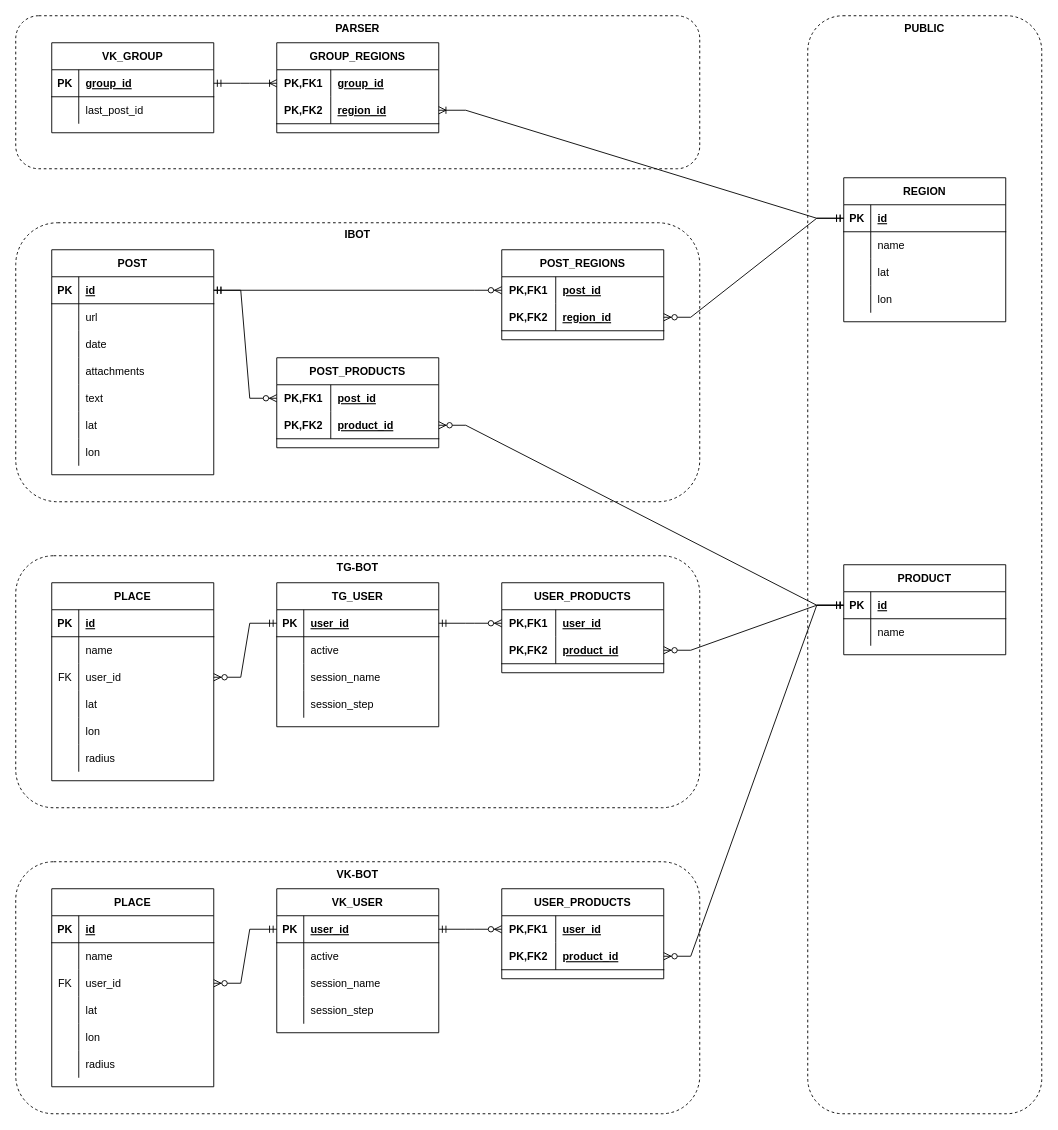
The draw.io diagram page "DB schema" (2 of 6) of food-sharing.drawio in SamGTU-teams/foodsharing, before the edit. Source tidied: cells renumbered, new cells numbered last; positions are measured from the earlier drawing's top-left corner, leaving out a move shared by most shapes. Both pictures are drawn from the tidied source at 90%, with x=0, y=0 at pixel (15, 15).
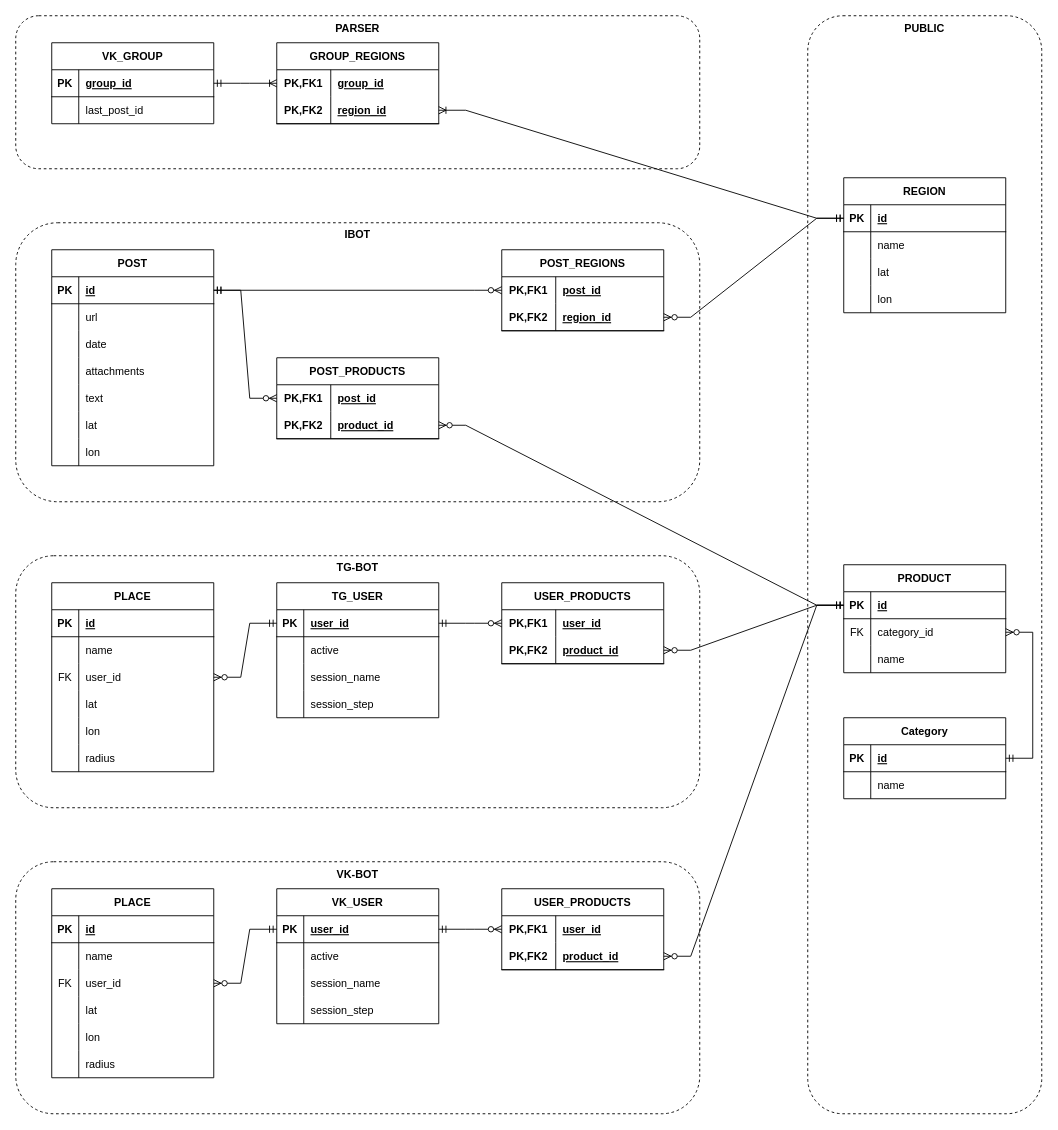
Above is the later version.

Change to the diagram source:
```diff
@@
     <mxCell id="6" value="VK_GROUP" style="shape=table;startSize=30;childLayout=tableLayout;rowLines=0;fontStyle=1;align=center;" parent="1" vertex="1">
-      <mxGeometry x="40" y="30" width="180" height="100" as="geometry" />
+      <mxGeometry x="40" y="30" width="180" height="90" as="geometry" />
     </mxCell>
@@
     <mxCell id="13" value="REGION" style="shape=table;startSize=30;childLayout=tableLayout;rowLines=0;fontStyle=1;align=center;" parent="1" vertex="1">
-      <mxGeometry x="920" y="180" width="180" height="160" as="geometry" />
+      <mxGeometry x="920" y="180" width="180" height="150" as="geometry" />
     </mxCell>
@@
     <mxCell id="26" value="GROUP_REGIONS" style="shape=table;startSize=30;childLayout=tableLayout;rowLines=0;fontStyle=1;align=center;" parent="1" vertex="1">
-      <mxGeometry x="290" y="30" width="180" height="100" as="geometry" />
+      <mxGeometry x="290" y="30" width="180" height="90" as="geometry" />
     </mxCell>
@@
     <mxCell id="35" value="PRODUCT" style="shape=table;startSize=30;childLayout=tableLayout;rowLines=0;fontStyle=1;align=center;fillColor=none;" parent="1" vertex="1">
-      <mxGeometry x="920" y="610" width="180" height="100" as="geometry" />
+      <mxGeometry x="920" y="610" width="180" height="120" as="geometry" />
     </mxCell>
@@
+    <mxCell id="167" style="shape=partialRectangle;fillColor=none;top=0;left=0;bottom=0;right=0;points=[[0,0.5],[1,0.5]];portConstraint=eastwest;" parent="35" vertex="1">
+      <mxGeometry y="60" width="180" height="30" as="geometry" />
+    </mxCell>
+    <mxCell id="168" value="FK" style="shape=partialRectangle;fillColor=none;top=0;left=0;bottom=0;right=0;fontStyle=0;overflow=hidden;" parent="167" vertex="1">
+      <mxGeometry width="30" height="30" as="geometry" />
+    </mxCell>
+    <mxCell id="169" value="category_id" style="shape=partialRectangle;fillColor=none;top=0;left=0;bottom=0;right=0;align=left;spacingLeft=6;fontStyle=0;overflow=hidden;" parent="167" vertex="1">
+      <mxGeometry x="30" width="150" height="30" as="geometry" />
+    </mxCell>
     <mxCell id="39" style="shape=tableRow;horizontal=0;startSize=0;swimlaneHead=0;swimlaneBody=0;fillColor=none;top=0;left=0;right=0;bottom=0;" parent="35" vertex="1">
-      <mxGeometry y="60" width="180" height="30" as="geometry" />
+      <mxGeometry y="90" width="180" height="30" as="geometry" />
     </mxCell>
@@
     <mxCell id="42" value="POST" style="shape=table;startSize=30;childLayout=tableLayout;rowLines=0;fontStyle=1;align=center;" parent="1" vertex="1">
-      <mxGeometry x="40" y="260" width="180" height="250" as="geometry" />
+      <mxGeometry x="40" y="260" width="180" height="240" as="geometry" />
     </mxCell>
@@
     <mxCell id="64" value="TG_USER" style="shape=table;startSize=30;childLayout=tableLayout;rowLines=0;fontStyle=1;align=center;fillColor=none;" parent="1" vertex="1">
-      <mxGeometry x="290" y="630" width="180" height="160" as="geometry" />
+      <mxGeometry x="290" y="630" width="180" height="150" as="geometry" />
     </mxCell>
@@
     <mxCell id="77" value="USER_PRODUCTS" style="shape=table;startSize=30;childLayout=tableLayout;rowLines=0;fontStyle=1;align=center;fillColor=none;" parent="1" vertex="1">
-      <mxGeometry x="540" y="630" width="180" height="100" as="geometry" />
+      <mxGeometry x="540" y="630" width="180" height="90" as="geometry" />
     </mxCell>
@@
     <mxCell id="84" value="PLACE" style="shape=table;startSize=30;childLayout=tableLayout;rowLines=0;fontStyle=1;align=center;fillColor=none;" parent="1" vertex="1">
-      <mxGeometry x="40" y="630" width="180" height="220" as="geometry" />
+      <mxGeometry x="40" y="630" width="180" height="210" as="geometry" />
     </mxCell>
@@
     <mxCell id="106" value="POST_REGIONS" style="shape=table;startSize=30;childLayout=tableLayout;rowLines=0;fontStyle=1;align=center;fillColor=none;" parent="1" vertex="1">
-      <mxGeometry x="540" y="260" width="180" height="100" as="geometry" />
+      <mxGeometry x="540" y="260" width="180" height="90" as="geometry" />
     </mxCell>
@@
     <mxCell id="115" value="POST_PRODUCTS" style="shape=table;startSize=30;childLayout=tableLayout;rowLines=0;fontStyle=1;align=center;fillColor=none;" parent="1" vertex="1">
-      <mxGeometry x="290" y="380" width="180" height="100" as="geometry" />
+      <mxGeometry x="290" y="380" width="180" height="90" as="geometry" />
     </mxCell>
@@
     <mxCell id="125" value="VK_USER" style="shape=table;startSize=30;childLayout=tableLayout;rowLines=0;fontStyle=1;align=center;fillColor=none;" parent="1" vertex="1">
-      <mxGeometry x="290" y="970" width="180" height="160" as="geometry" />
+      <mxGeometry x="290" y="970" width="180" height="150" as="geometry" />
     </mxCell>
@@
     <mxCell id="138" value="USER_PRODUCTS" style="shape=table;startSize=30;childLayout=tableLayout;rowLines=0;fontStyle=1;align=center;fillColor=none;" parent="1" vertex="1">
-      <mxGeometry x="540" y="970" width="180" height="100" as="geometry" />
+      <mxGeometry x="540" y="970" width="180" height="90" as="geometry" />
     </mxCell>
@@
     <mxCell id="145" value="PLACE" style="shape=table;startSize=30;childLayout=tableLayout;rowLines=0;fontStyle=1;align=center;fillColor=none;" parent="1" vertex="1">
-      <mxGeometry x="40" y="970" width="180" height="220" as="geometry" />
+      <mxGeometry x="40" y="970" width="180" height="210" as="geometry" />
     </mxCell>
@@
+    <mxCell id="170" value="Category" style="shape=table;startSize=30;childLayout=tableLayout;rowLines=0;fontStyle=1;align=center;" parent="1" vertex="1">
+      <mxGeometry x="920" y="780" width="180" height="90" as="geometry" />
+    </mxCell>
+    <mxCell id="171" style="shape=partialRectangle;fillColor=none;top=0;left=0;bottom=1;right=0;points=[[0,0.5],[1,0.5]];portConstraint=eastwest;" parent="170" vertex="1">
+      <mxGeometry y="30" width="180" height="30" as="geometry" />
+    </mxCell>
+    <mxCell id="172" value="PK" style="shape=partialRectangle;fillColor=none;top=0;left=0;bottom=0;right=0;fontStyle=1;overflow=hidden;" parent="171" vertex="1">
+      <mxGeometry width="30" height="30" as="geometry" />
+    </mxCell>
+    <mxCell id="173" value="id" style="shape=partialRectangle;fillColor=none;top=0;left=0;bottom=0;right=0;align=left;spacingLeft=6;fontStyle=5;overflow=hidden;" parent="171" vertex="1">
+      <mxGeometry x="30" width="150" height="30" as="geometry" />
+    </mxCell>
+    <mxCell id="174" style="shape=partialRectangle;fillColor=none;top=0;left=0;bottom=0;right=0;" parent="170" vertex="1">
+      <mxGeometry y="60" width="180" height="30" as="geometry" />
+    </mxCell>
+    <mxCell id="175" style="shape=partialRectangle;fillColor=none;top=0;left=0;bottom=0;right=0;overflow=hidden;" parent="174" vertex="1">
+      <mxGeometry width="30" height="30" as="geometry" />
+    </mxCell>
+    <mxCell id="176" value="name" style="shape=partialRectangle;fillColor=none;top=0;left=0;bottom=0;right=0;align=left;spacingLeft=6;overflow=hidden;" parent="174" vertex="1">
+      <mxGeometry x="30" width="150" height="30" as="geometry" />
+    </mxCell>
+    <mxCell id="177" style="edgeStyle=entityRelationEdgeStyle;fontSize=12;html=1;endArrow=ERzeroToMany;startArrow=ERmandOne;rounded=0;entryX=1;entryY=0.5;entryDx=0;entryDy=0;exitX=1;exitY=0.5;exitDx=0;exitDy=0;" parent="1" edge="1" source="171" target="167">
+      <mxGeometry relative="1" as="geometry" />
+    </mxCell>
```
